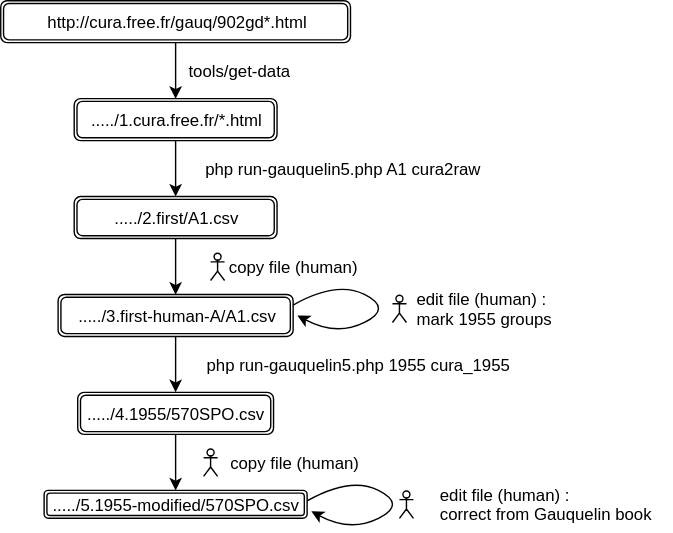
tig12/g5 keeps this draw.io diagram as docs/serie-A1-sequence.svg. Above is the earlier version. Source tidied: cells renumbered, new cells last; positions are measured from the earlier drawing's top-left corner, leaving out a move shared by most shapes.
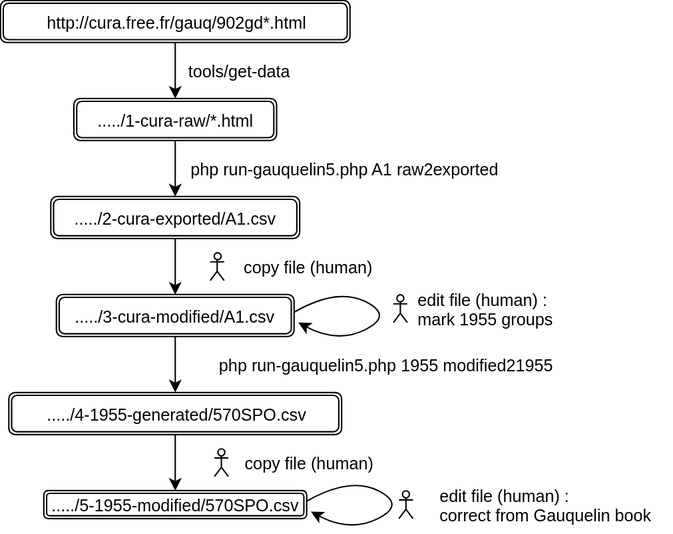
After the change.

Commit message:
Simplify step Serie1955::modified21955() : integrate auxiliary code in main process

Diff of the diagram source:
```diff
@@ -16,62 +16,63 @@
         <mxPoint x="125" y="140" as="targetPoint" />
       </mxGeometry>
     </mxCell>
-    <mxCell id="6" value="...../1.cura.free.fr/*.html" style="shape=ext;double=1;rounded=1;whiteSpace=wrap;html=1;" parent="1" vertex="1">
+    <mxCell id="6" value="...../1-cura-raw/*.html" style="shape=ext;double=1;rounded=1;whiteSpace=wrap;html=1;" parent="1" vertex="1">
       <mxGeometry x="52.5" y="70" width="145" height="30" as="geometry" />
     </mxCell>
-    <mxCell id="7" value="php run-gauquelin5.php A1 cura2raw" style="text;html=1;strokeColor=none;fillColor=none;align=center;verticalAlign=middle;whiteSpace=wrap;rounded=0;" parent="1" vertex="1">
+    <mxCell id="7" value="php run-gauquelin5.php A1 raw2exported" style="text;html=1;strokeColor=none;fillColor=none;align=center;verticalAlign=middle;whiteSpace=wrap;rounded=0;" parent="1" vertex="1">
       <mxGeometry x="130" y="110" width="230" height="20" as="geometry" />
     </mxCell>
     <mxCell id="8" style="edgeStyle=orthogonalEdgeStyle;rounded=0;html=1;entryX=0.5;entryY=0;jettySize=auto;" parent="1" edge="1" source="9" target="11">
       <mxGeometry relative="1" as="geometry" />
     </mxCell>
-    <mxCell id="9" value="...../2.first/A1.csv" style="shape=ext;double=1;rounded=1;whiteSpace=wrap;html=1;" parent="1" vertex="1">
-      <mxGeometry x="52.5" y="140" width="145" height="30" as="geometry" />
+    <mxCell id="9" value="...../2-cura-exported/A1.csv" style="shape=ext;double=1;rounded=1;whiteSpace=wrap;html=1;" parent="1" vertex="1">
+      <mxGeometry x="36" y="140" width="178" height="30" as="geometry" />
     </mxCell>
     <mxCell id="10" style="edgeStyle=orthogonalEdgeStyle;rounded=0;html=1;entryX=0.5;entryY=0;jettySize=auto;" parent="1" edge="1" source="11" target="18">
       <mxGeometry relative="1" as="geometry" />
     </mxCell>
-    <mxCell id="11" value="...../3.first-human-A/A1.csv" style="shape=ext;double=1;rounded=1;whiteSpace=wrap;html=1;" parent="1" vertex="1">
-      <mxGeometry x="41" y="210" width="168" height="30" as="geometry" />
+    <mxCell id="11" value="...../3-cura-modified/A1.csv" style="shape=ext;double=1;rounded=1;whiteSpace=wrap;html=1;" parent="1" vertex="1">
+      <mxGeometry x="40" y="210" width="170" height="30" as="geometry" />
     </mxCell>
     <mxCell id="12" style="shape=umlActor;verticalLabelPosition=bottom;labelBackgroundColor=#ffffff;verticalAlign=top;html=1;" parent="1" vertex="1">
       <mxGeometry x="150" y="180" width="10" height="20" as="geometry" />
     </mxCell>
     <mxCell id="13" value="copy file (human)" style="text;html=1;strokeColor=none;fillColor=none;align=center;verticalAlign=middle;whiteSpace=wrap;rounded=0;" parent="1" vertex="1">
-      <mxGeometry x="158" y="180" width="103" height="20" as="geometry" />
+      <mxGeometry x="158" y="180" width="122" height="20" as="geometry" />
     </mxCell>
-    <mxCell id="14" style="curved=1;endArrow=classic;html=1;exitX=1;exitY=0.25;" parent="1" edge="1" source="11">
+    <mxCell id="14" style="curved=1;endArrow=classic;html=1;exitX=1;exitY=0.25;" parent="1" edge="1">
       <mxGeometry relative="1" as="geometry">
-        <mxPoint x="212" y="225" as="targetPoint" />
+        <mxPoint x="210" y="222.6" as="sourcePoint" />
+        <mxPoint x="213" y="230" as="targetPoint" />
         <Array as="points">
-          <mxPoint x="240" y="200" />
-          <mxPoint x="280" y="220" />
-          <mxPoint x="240" y="240" />
+          <mxPoint x="241" y="205" />
+          <mxPoint x="281" y="225" />
+          <mxPoint x="241" y="245" />
         </Array>
       </mxGeometry>
     </mxCell>
     <mxCell id="15" style="shape=umlActor;verticalLabelPosition=bottom;labelBackgroundColor=#ffffff;verticalAlign=top;html=1;" parent="1" vertex="1">
-      <mxGeometry x="280" y="210" width="10" height="20" as="geometry" />
+      <mxGeometry x="281" y="210" width="10" height="20" as="geometry" />
     </mxCell>
     <mxCell id="16" value="&lt;div style=&quot;text-align: left&quot;&gt;&lt;span&gt;edit file (human) :&lt;/span&gt;&lt;/div&gt;&lt;div style=&quot;text-align: left&quot;&gt;&lt;span&gt;mark 1955 groups&lt;/span&gt;&lt;/div&gt;" style="text;html=1;strokeColor=none;fillColor=none;align=center;verticalAlign=middle;whiteSpace=wrap;rounded=0;" parent="1" vertex="1">
-      <mxGeometry x="290" y="200" width="110" height="40" as="geometry" />
+      <mxGeometry x="291" y="200" width="110" height="40" as="geometry" />
     </mxCell>
     <mxCell id="17" style="edgeStyle=orthogonalEdgeStyle;rounded=0;html=1;entryX=0.5;entryY=0;jettySize=auto;" parent="1" edge="1" source="18" target="22">
       <mxGeometry relative="1" as="geometry" />
     </mxCell>
-    <mxCell id="18" value="...../4.1955/570SPO.csv" style="shape=ext;double=1;rounded=1;whiteSpace=wrap;html=1;" parent="1" vertex="1">
-      <mxGeometry x="55" y="280" width="140" height="30" as="geometry" />
+    <mxCell id="18" value="...../4-1955-generated/570SPO.csv" style="shape=ext;double=1;rounded=1;whiteSpace=wrap;html=1;" parent="1" vertex="1">
+      <mxGeometry x="6" y="280" width="238" height="30" as="geometry" />
     </mxCell>
-    <mxCell id="19" value="php run-gauquelin5.php 1955 cura_1955" style="text;html=1;strokeColor=none;fillColor=none;align=center;verticalAlign=middle;whiteSpace=wrap;rounded=0;" parent="1" vertex="1">
-      <mxGeometry x="140" y="250" width="230" height="20" as="geometry" />
+    <mxCell id="19" value="php run-gauquelin5.php 1955 modified21955" style="text;html=1;strokeColor=none;fillColor=none;align=center;verticalAlign=middle;whiteSpace=wrap;rounded=0;" parent="1" vertex="1">
+      <mxGeometry x="140" y="250" width="270" height="20" as="geometry" />
     </mxCell>
     <mxCell id="20" value="copy file (human)" style="text;html=1;strokeColor=none;fillColor=none;align=center;verticalAlign=middle;whiteSpace=wrap;rounded=0;" parent="1" vertex="1">
-      <mxGeometry x="158.5" y="320" width="103" height="20" as="geometry" />
+      <mxGeometry x="159" y="320" width="122" height="20" as="geometry" />
     </mxCell>
     <mxCell id="21" style="shape=umlActor;verticalLabelPosition=bottom;labelBackgroundColor=#ffffff;verticalAlign=top;html=1;" parent="1" vertex="1">
-      <mxGeometry x="145" y="320" width="10" height="20" as="geometry" />
+      <mxGeometry x="153" y="320" width="10" height="20" as="geometry" />
     </mxCell>
-    <mxCell id="22" value="...../5.1955-modified/570SPO.csv" style="shape=ext;double=1;rounded=1;whiteSpace=wrap;html=1;" parent="1" vertex="1">
+    <mxCell id="22" value="...../5-1955-modified/570SPO.csv" style="shape=ext;double=1;rounded=1;whiteSpace=wrap;html=1;" parent="1" vertex="1">
       <mxGeometry x="31" y="350" width="188" height="20" as="geometry" />
     </mxCell>
     <mxCell id="23" style="curved=1;endArrow=classic;html=1;exitX=1;exitY=0.25;" parent="1" edge="1">
```
